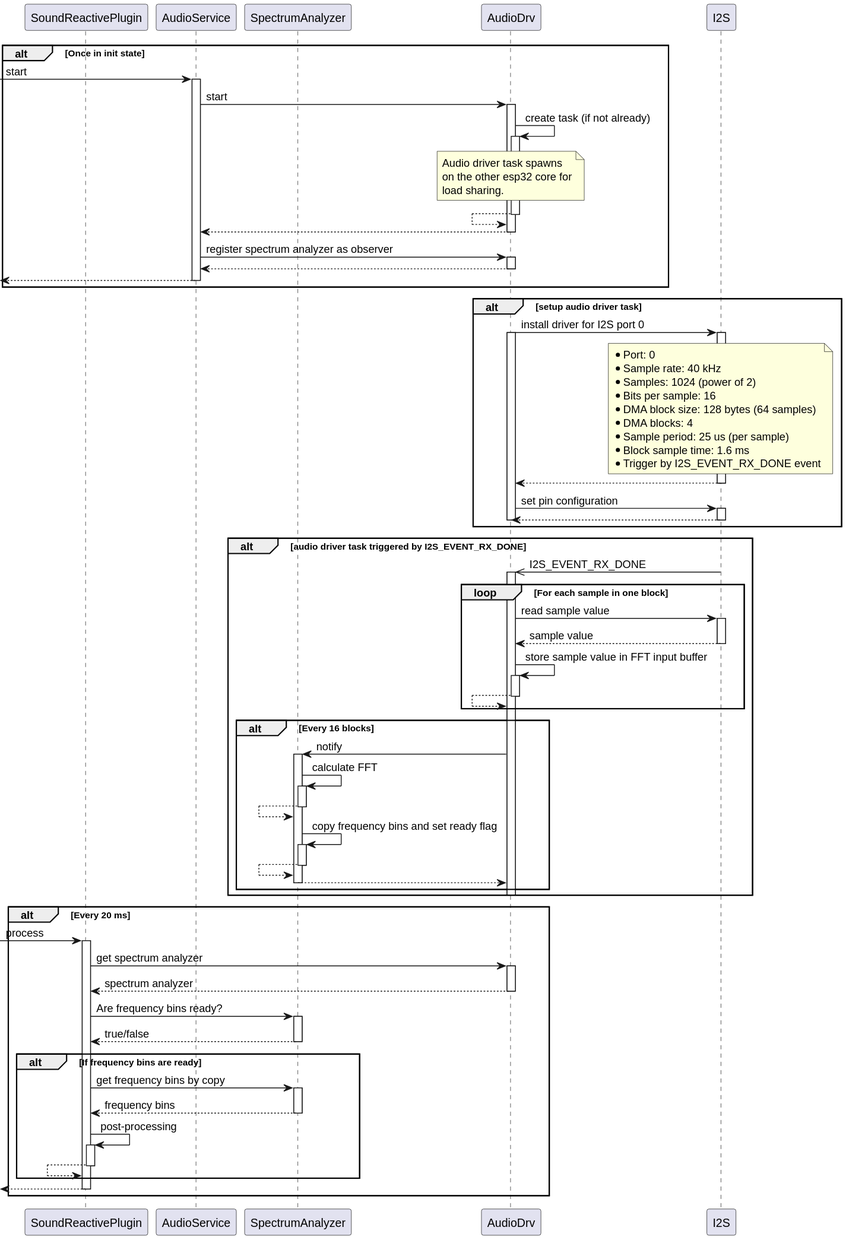
BlueAndi/Pixelix keeps this PlantUML diagram as doc/architecture/svg/spectrum-analyzer.svg. Above is the earlier version.
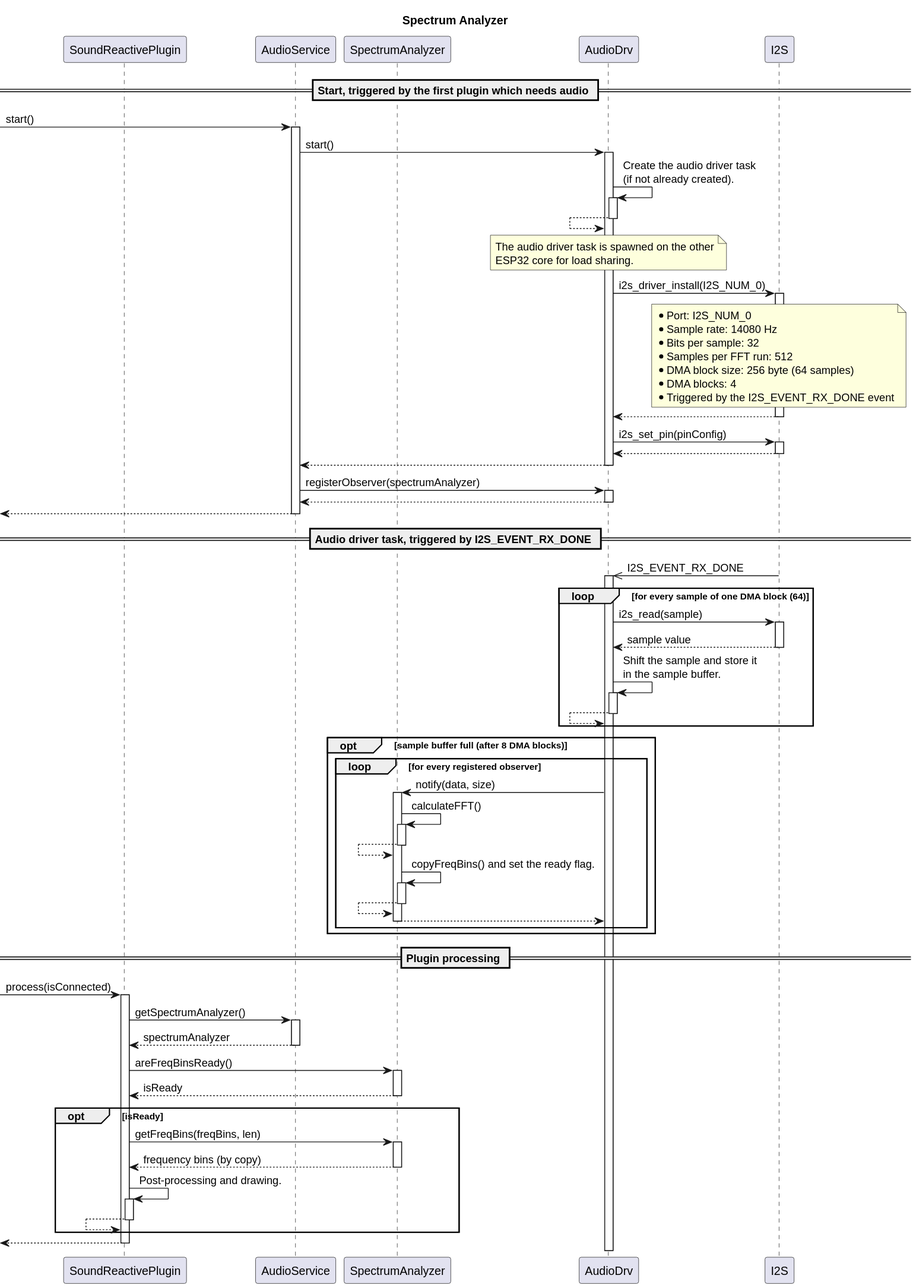
Later version of the same file.

The edit, as a diff of the source:
```diff
@@ -1,4 +1,7 @@
 @startuml
+title Spectrum Analyzer
+
+
 participant "SoundReactivePlugin" as plugin
 participant "AudioService" as audioService
 participant "SpectrumAnalyzer" as specAnalyzer
@@ -7,106 +10,87 @@
 
 autoactivate on
 
-alt Once in init state
+== Start, triggered by the first plugin which needs audio ==
 
--> audioService: start
-    audioService -> audioDrv: start
+-> audioService: start()
 
-        audioDrv -> audioDrv: create task (if not already)
+    audioService -> audioDrv: start()
+
+        audioDrv -> audioDrv: Create the audio driver task\n(if not already created).
+        audioDrv <-- audioDrv
 
         note over audioDrv
-            Audio driver task spawns
-            on the other esp32 core for
-            load sharing.
+            The audio driver task is spawned on the other
+            ESP32 core for load sharing.
         end note
 
-        audioDrv <-- audioDrv
+        audioDrv -> i2s: i2s_driver_install(I2S_NUM_0)
+
+            note over i2s
+                * Port: I2S_NUM_0
+                * Sample rate: 14080 Hz
+                * Bits per sample: 32
+                * Samples per FFT run: 512
+                * DMA block size: 256 byte (64 samples)
+                * DMA blocks: 4
+                * Triggered by the I2S_EVENT_RX_DONE event
+            end note
+
+        audioDrv <-- i2s
+
+        audioDrv -> i2s: i2s_set_pin(pinConfig)
+        audioDrv <-- i2s
 
     audioService <-- audioDrv
-    audioService -> audioDrv: register spectrum analyzer as observer
+
+    audioService -> audioDrv: registerObserver(spectrumAnalyzer)
     audioService <-- audioDrv
+
 <-- audioService
 
-end alt
+== Audio driver task, triggered by I2S_EVENT_RX_DONE ==
 
-alt setup audio driver task
+audioDrv <<- i2s: I2S_EVENT_RX_DONE
 
-    audioDrv -> i2s: install driver for I2S port 0
-
-    activate audioDrv
-
-    note over i2s
-        * Port: 0
-        * Sample rate: 40 kHz
-        * Samples: 1024 (power of 2)
-        * Bits per sample: 16
-        * DMA block size: 128 bytes (64 samples)
-        * DMA blocks: 4
-        * Sample period: 25 us (per sample)
-        * Block sample time: 1.6 ms
-        * Trigger by I2S_EVENT_RX_DONE event
-    end note
-
-    audioDrv <-- i2s
-
-    audioDrv -> i2s: set pin configuration
-    audioDrv <-- i2s
-
-    deactivate audioDrv
-
-end alt
-
-alt audio driver task triggered by I2S_EVENT_RX_DONE
-
-    audioDrv <<- i2s: I2S_EVENT_RX_DONE
-
-    loop For each sample in one block
-
-        audioDrv -> i2s: read sample value
+    loop for every sample of one DMA block (64)
+        audioDrv -> i2s: i2s_read(sample)
         audioDrv <-- i2s: sample value
-        audioDrv -> audioDrv: store sample value in FFT input buffer
+        audioDrv -> audioDrv: Shift the sample and store it\nin the sample buffer.
         audioDrv <-- audioDrv
-
     end loop
 
-    alt Every 16 blocks
+    opt sample buffer full (after 8 DMA blocks)
 
-        audioDrv -> specAnalyzer: notify
+        loop for every registered observer
+            audioDrv -> specAnalyzer: notify(data, size)
+                specAnalyzer -> specAnalyzer: calculateFFT()
+                specAnalyzer <-- specAnalyzer
+                specAnalyzer -> specAnalyzer: copyFreqBins() and set the ready flag.
+                specAnalyzer <-- specAnalyzer
+            audioDrv <-- specAnalyzer
+        end loop
 
-            specAnalyzer -> specAnalyzer: calculate FFT
-            specAnalyzer <-- specAnalyzer
-            specAnalyzer -> specAnalyzer: copy frequency bins and set ready flag
-            specAnalyzer <-- specAnalyzer
+    end opt
 
-        audioDrv <-- specAnalyzer
+== Plugin processing ==
 
-    end alt
+-> plugin: process(isConnected)
 
-    deactivate audioDrv
+    plugin -> audioService: getSpectrumAnalyzer()
+    plugin <-- audioService: spectrumAnalyzer
 
-end alt
+    plugin -> specAnalyzer: areFreqBinsReady()
+    plugin <-- specAnalyzer: isReady
 
-alt Every 20 ms
+    opt isReady
 
--> plugin: process
+        plugin -> specAnalyzer: getFreqBins(freqBins, len)
+        plugin <-- specAnalyzer: frequency bins (by copy)
 
-    plugin -> audioDrv: get spectrum analyzer
-    plugin <-- audioDrv: spectrum analyzer
-
-    plugin -> specAnalyzer: Are frequency bins ready?
-    plugin <-- specAnalyzer: true/false
-
-    alt If frequency bins are ready
-
-        plugin -> specAnalyzer: get frequency bins by copy
-        plugin <-- specAnalyzer: frequency bins
-
-        plugin -> plugin: post-processing
+        plugin -> plugin: Post-processing and drawing.
         plugin <-- plugin
 
-    end alt
+    end opt
 
 <-- plugin
-
-end alt
 @enduml
```
